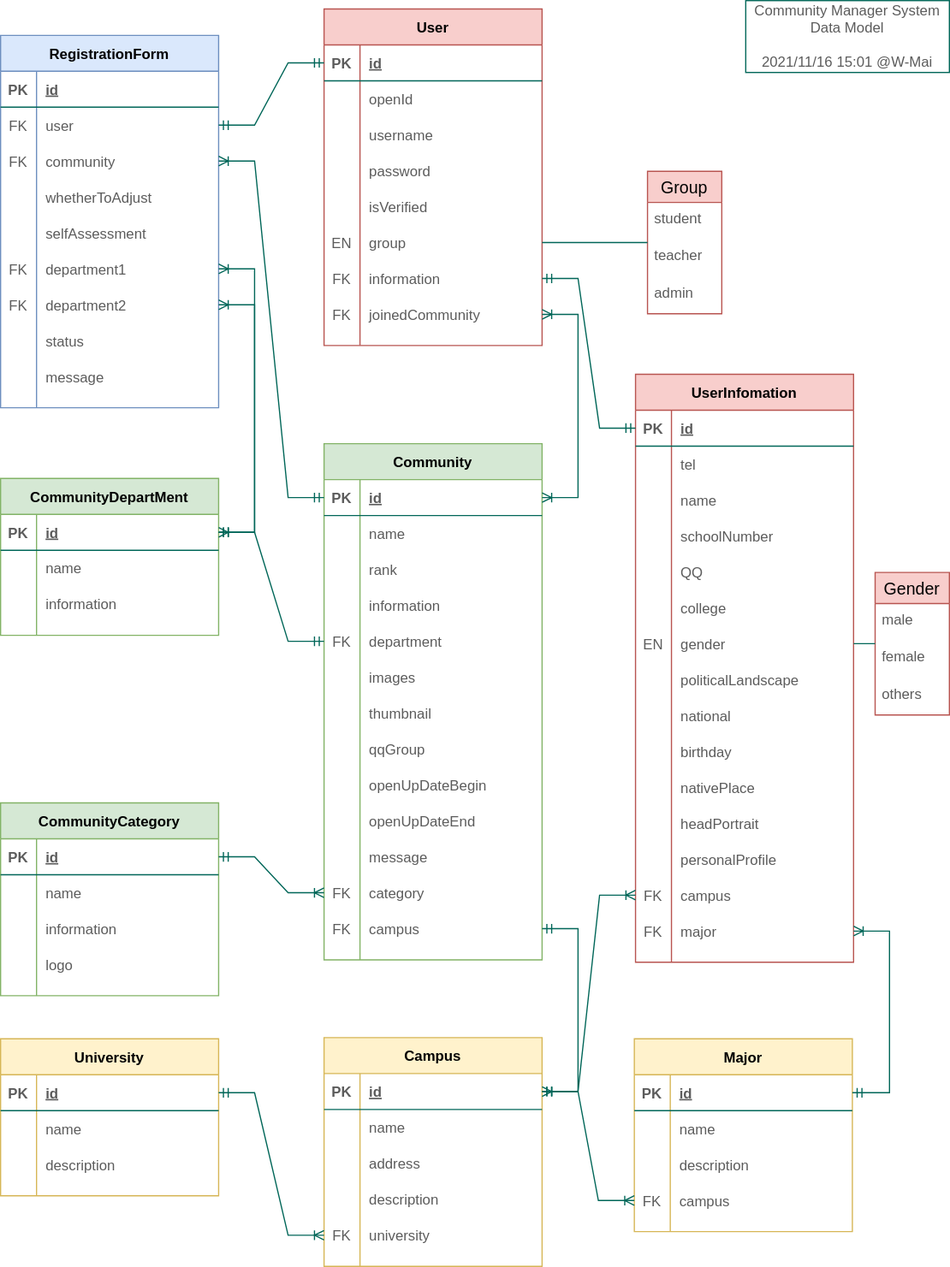
The draw.io diagram server/dbmodel.drawio.svg in W-Mai/CommunityServicePlatform, before a commit. Source tidied: cells renumbered, new cells last; positions are measured from the earlier drawing's top-left corner, leaving out a move shared by most shapes.
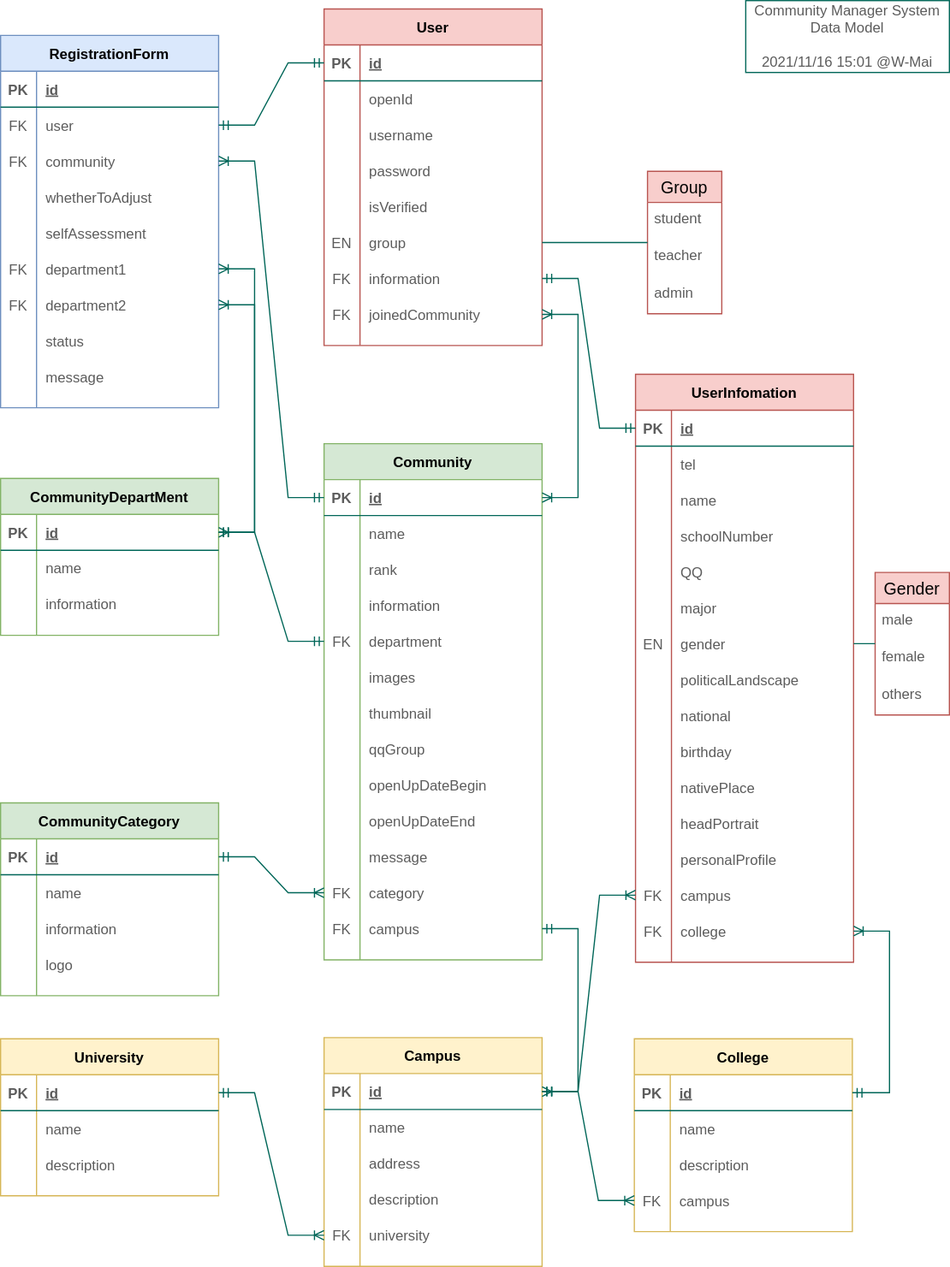
Above is the later version.

Diff of the diagram source:
```diff
@@ -131,7 +131,7 @@
     <mxCell id="44" value="        " style="shape=partialRectangle;fillColor=none;top=0;left=0;bottom=0;right=0;overflow=hidden;strokeColor=#006658;fontColor=#5C5C5C;" parent="43" vertex="1">
       <mxGeometry width="30" height="30" as="geometry" />
     </mxCell>
-    <mxCell id="45" value="college" style="shape=partialRectangle;fillColor=none;top=0;left=0;bottom=0;right=0;align=left;spacingLeft=6;overflow=hidden;strokeColor=#006658;fontColor=#5C5C5C;" parent="43" vertex="1">
+    <mxCell id="45" value="major" style="shape=partialRectangle;fillColor=none;top=0;left=0;bottom=0;right=0;align=left;spacingLeft=6;overflow=hidden;strokeColor=#006658;fontColor=#5C5C5C;" parent="43" vertex="1">
       <mxGeometry x="30" width="152" height="30" as="geometry" />
     </mxCell>
     <mxCell id="46" style="shape=partialRectangle;fillColor=none;top=0;left=0;bottom=0;right=0;points=[[0,0.5],[1,0.5]];portConstraint=eastwest;strokeColor=#006658;fontColor=#5C5C5C;" parent="27" vertex="1">
@@ -212,7 +212,7 @@
     <mxCell id="71" value="FK" style="shape=partialRectangle;fillColor=none;top=0;left=0;bottom=0;right=0;overflow=hidden;strokeColor=#006658;fontColor=#5C5C5C;" parent="70" vertex="1">
       <mxGeometry width="30" height="30" as="geometry" />
     </mxCell>
-    <mxCell id="72" value="major" style="shape=partialRectangle;fillColor=none;top=0;left=0;bottom=0;right=0;align=left;spacingLeft=6;overflow=hidden;strokeColor=#006658;fontColor=#5C5C5C;" parent="70" vertex="1">
+    <mxCell id="72" value="college" style="shape=partialRectangle;fillColor=none;top=0;left=0;bottom=0;right=0;align=left;spacingLeft=6;overflow=hidden;strokeColor=#006658;fontColor=#5C5C5C;" parent="70" vertex="1">
       <mxGeometry x="30" width="152" height="30" as="geometry" />
     </mxCell>
     <mxCell id="73" style="edgeStyle=entityRelationEdgeStyle;fontSize=12;html=1;endArrow=ERmandOne;startArrow=ERmandOne;rounded=0;strokeColor=#006658;fontColor=#5C5C5C;" parent="1" edge="1" source="21" target="28">
@@ -296,7 +296,7 @@
     <mxCell id="99" value="university" style="shape=partialRectangle;fillColor=none;top=0;left=0;bottom=0;right=0;align=left;spacingLeft=6;overflow=hidden;strokeColor=#006658;fontColor=#5C5C5C;" parent="97" vertex="1">
       <mxGeometry x="30" width="152" height="30" as="geometry" />
     </mxCell>
-    <mxCell id="100" value="Major" style="shape=table;startSize=30;rowLines=0;fontStyle=1;align=center;fillColor=#fff2cc;strokeColor=#d6b656;" parent="1" vertex="1">
+    <mxCell id="100" value="College" style="shape=table;startSize=30;rowLines=0;fontStyle=1;align=center;fillColor=#fff2cc;strokeColor=#d6b656;" parent="1" vertex="1">
       <mxGeometry x="529" y="867" width="182" height="161" as="geometry" />
     </mxCell>
     <mxCell id="101" style="shape=partialRectangle;fillColor=none;top=0;left=0;bottom=1;right=0;points=[[0,0.5],[1,0.5]];portConstraint=eastwest;strokeColor=#006658;fontColor=#5C5C5C;" parent="100" vertex="1">
```
